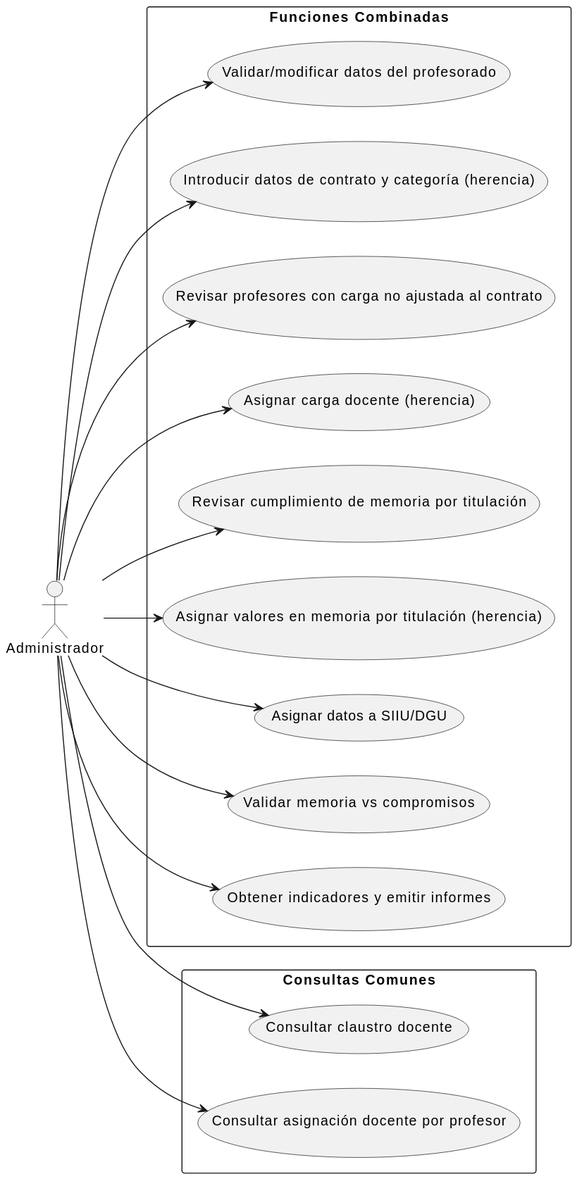
This is images/modelosUML/CdU/Admin.svg from mmasias/24-25-IdSw1-SDR, a PlantUML export, as it was before one commit.
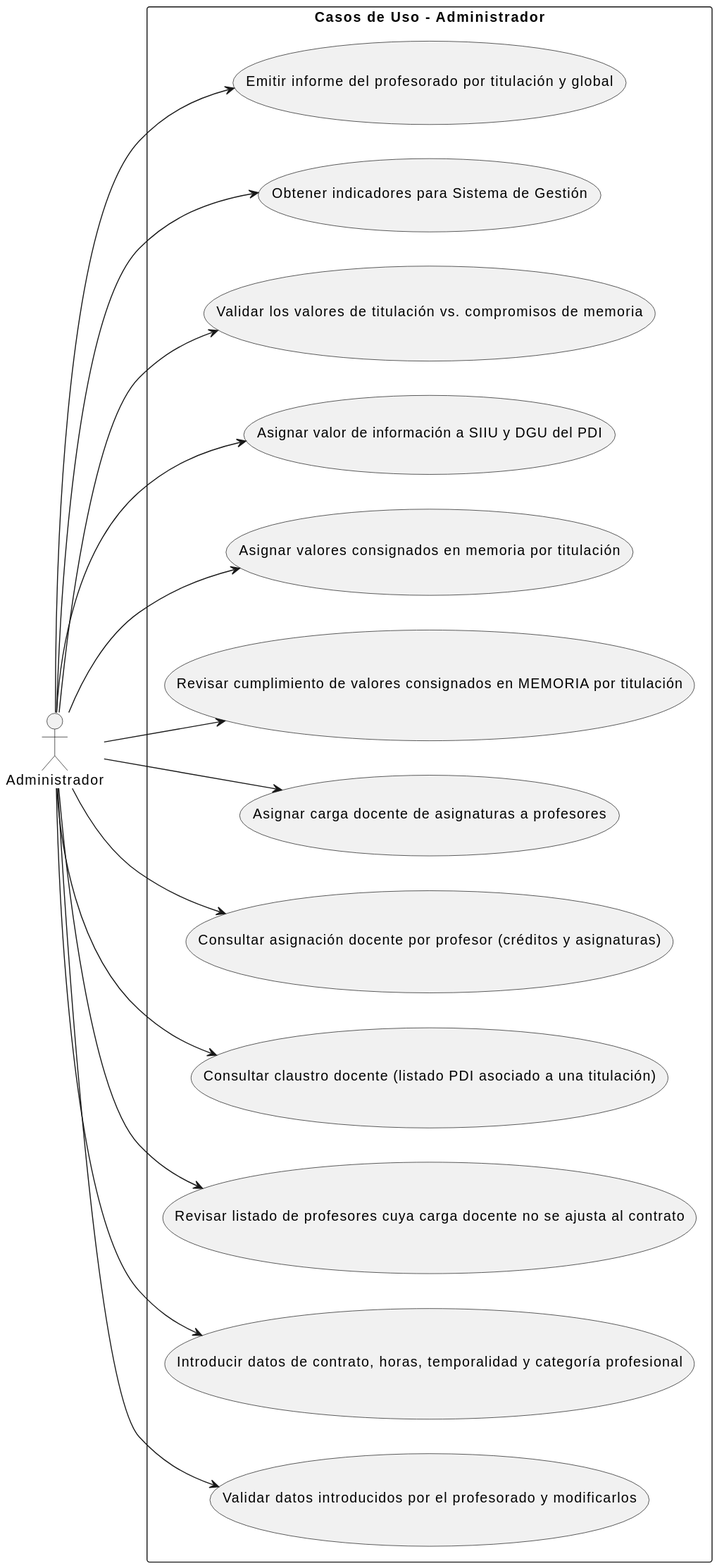
Above is the later version.

Diff of the diagram source:
```diff
@@ -1,34 +1,33 @@
 @startuml
 left to right direction
 
-actor "Administrador" as A_Administrador
+actor "Administrador" as Administrador
 
-rectangle "Funciones Combinadas" {
-    usecase "Validar/modificar datos del profesorado" as UC1
-    usecase "Introducir datos de contrato y categoría (herencia)" as UC2
-    usecase "Revisar profesores con carga no ajustada al contrato" as UC3
-    usecase "Asignar carga docente (herencia)" as UC4
-    usecase "Revisar cumplimiento de memoria por titulación" as UC5
-    usecase "Asignar valores en memoria por titulación (herencia)" as UC6
-    usecase "Asignar datos a SIIU/DGU" as UC7
-    usecase "Validar memoria vs compromisos" as UC8
-    usecase "Obtener indicadores y emitir informes" as UC9
+rectangle "Casos de Uso - Administrador" {
+  usecase "Validar datos introducidos por el profesorado y modificarlos" as CU4
+  usecase "Introducir datos de contrato, horas, temporalidad y categoría profesional" as CU5
+  usecase "Revisar listado de profesores cuya carga docente no se ajusta al contrato" as CU6
+  usecase "Consultar claustro docente (listado PDI asociado a una titulación)" as CU7
+  usecase "Consultar asignación docente por profesor (créditos y asignaturas)" as CU8
+  usecase "Asignar carga docente de asignaturas a profesores" as CU9
+  usecase "Revisar cumplimiento de valores consignados en MEMORIA por titulación" as CU10
+  usecase "Asignar valores consignados en memoria por titulación" as CU11
+  usecase "Asignar valor de información a SIIU y DGU del PDI" as CU12
+  usecase "Validar los valores de titulación vs. compromisos de memoria" as CU13
+  usecase "Obtener indicadores para Sistema de Gestión" as CU14
+  usecase "Emitir informe del profesorado por titulación y global" as CU15
 }
 
-rectangle "Consultas Comunes" {
-    usecase "Consultar claustro docente" as UC10
-    usecase "Consultar asignación docente por profesor" as UC11
-}
-
-A_Administrador --> UC1
-A_Administrador --> UC2
-A_Administrador --> UC3
-A_Administrador --> UC4
-A_Administrador --> UC5
-A_Administrador --> UC6
-A_Administrador --> UC7
-A_Administrador --> UC8
-A_Administrador --> UC9
-A_Administrador --> UC10
-A_Administrador --> UC11
+Administrador --> CU4
+Administrador --> CU5
+Administrador --> CU6
+Administrador --> CU7
+Administrador --> CU8
+Administrador --> CU9
+Administrador --> CU10
+Administrador --> CU11
+Administrador --> CU12
+Administrador --> CU13
+Administrador --> CU14
+Administrador --> CU15
 @enduml
```
